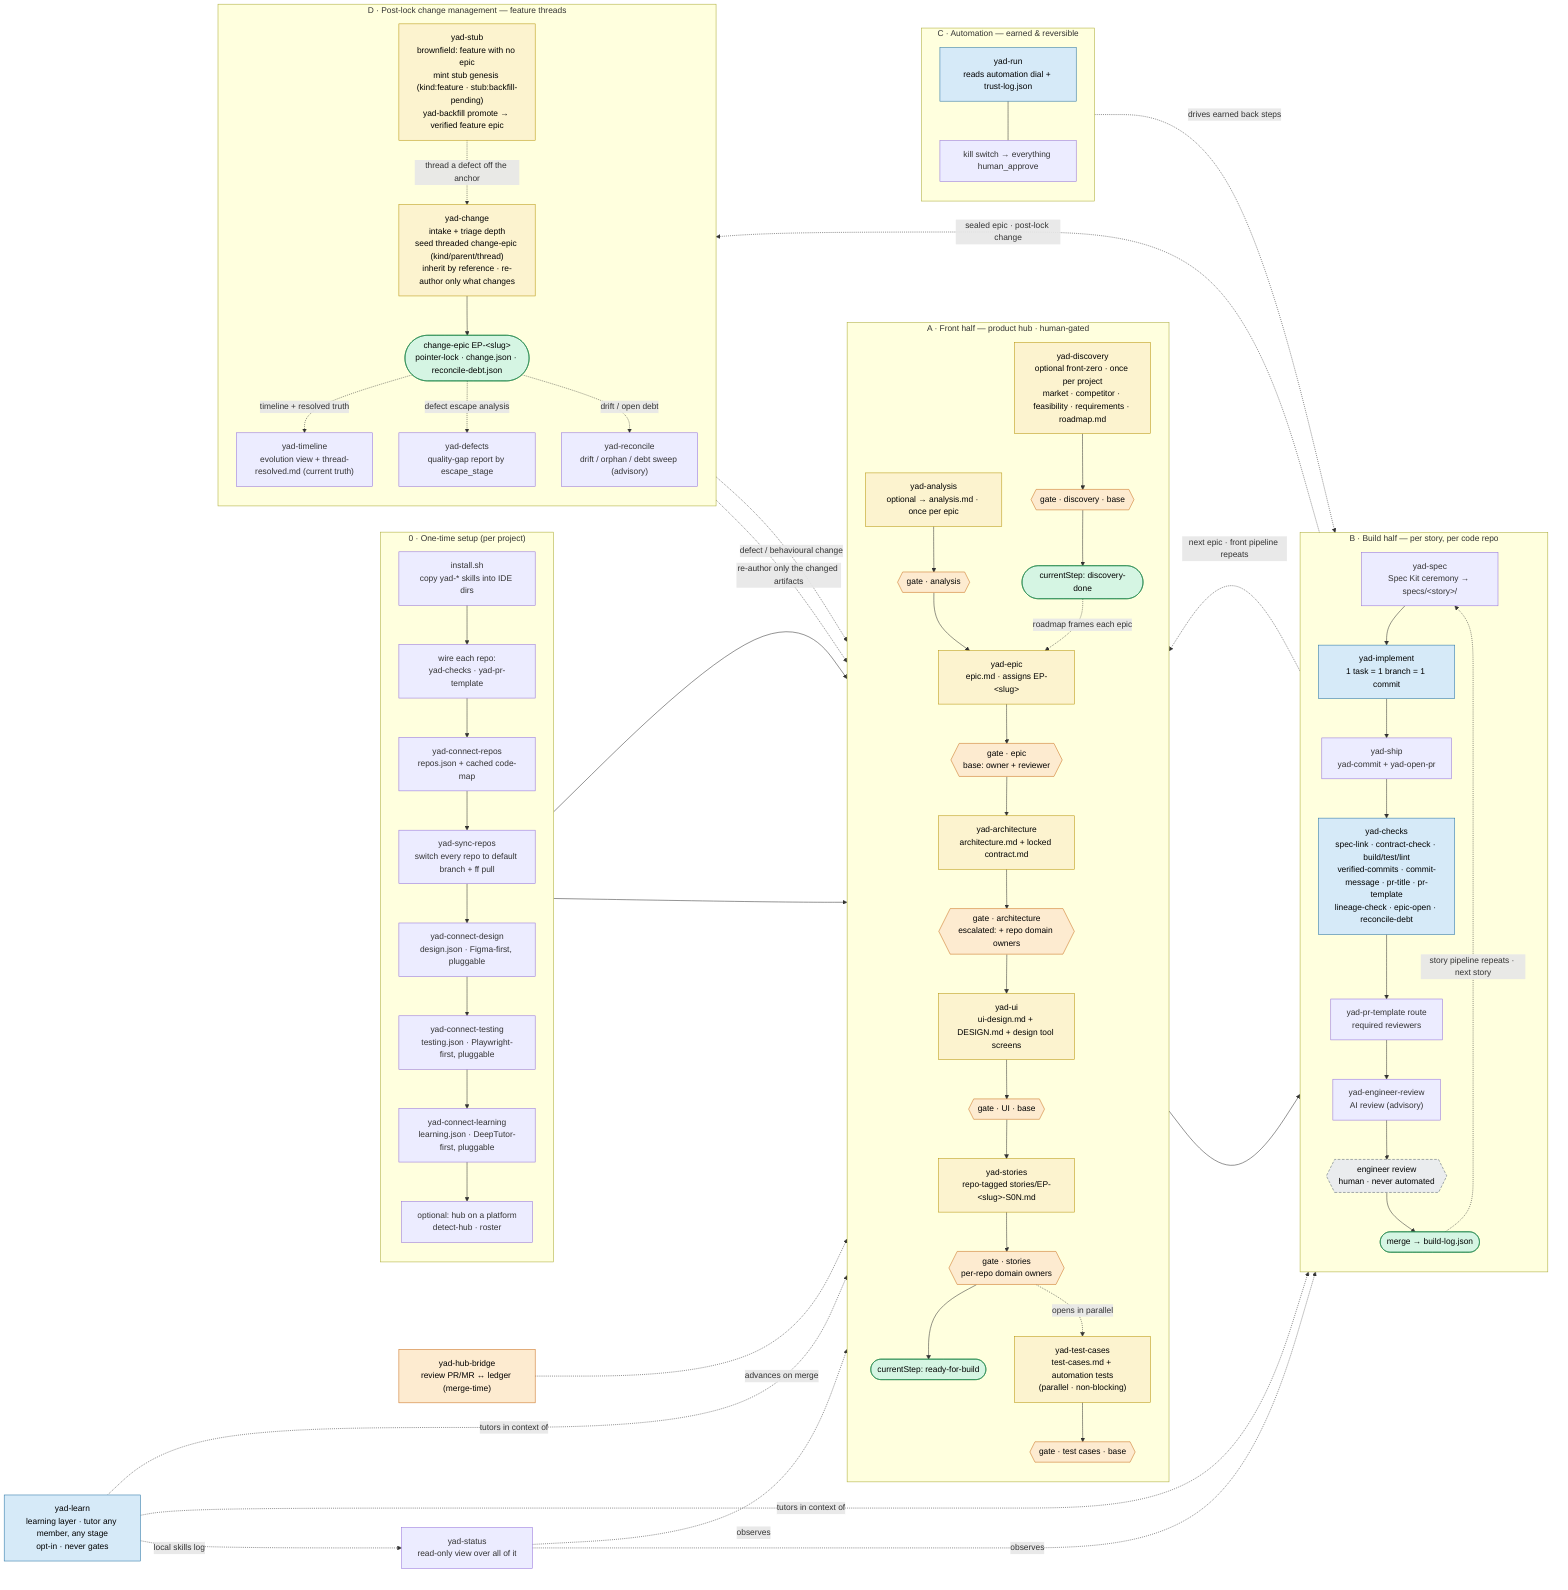
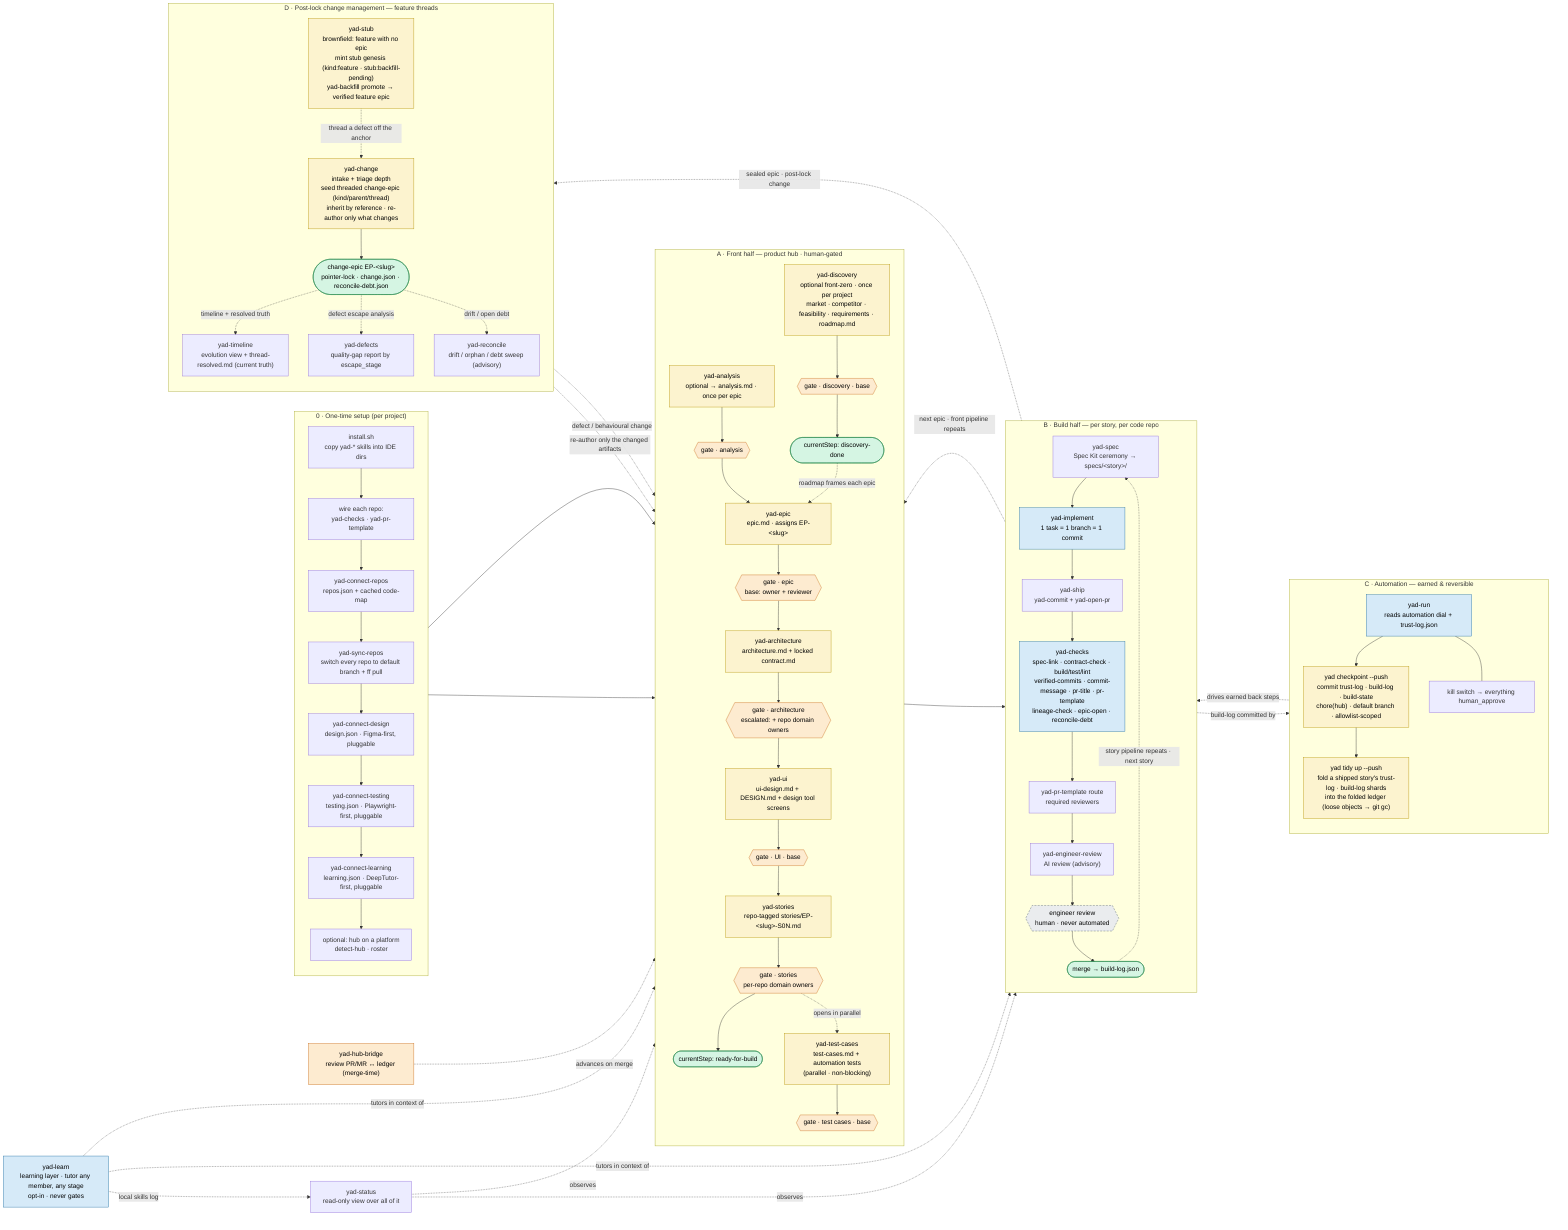
flowchart LR
    classDef gated fill:#fdebd0,stroke:#ca6f1e,color:#000
    classDef earns fill:#d6eaf8,stroke:#2471a3,color:#000
    classDef locked fill:#eaecee,stroke:#566573,color:#000,stroke-dasharray:5 3
    classDef artifact fill:#fcf3cf,stroke:#b7950b,color:#000
    classDef sentinel fill:#d5f5e3,stroke:#1e8449,color:#000

    subgraph SETUP["0 · One-time setup (per project)"]
      direction TB
      inst["install.sh<br/>copy yad-* skills into IDE dirs"]
      wire["wire each repo:<br/>yad-checks · yad-pr-template"]
      conn["yad-connect-repos<br/>repos.json + cached code-map"]
      sync["yad-sync-repos<br/>switch every repo to default branch + ff pull"]
      cdes["yad-connect-design<br/>design.json · Figma-first, pluggable"]
      ctest["yad-connect-testing<br/>testing.json · Playwright-first, pluggable"]
      clearn["yad-connect-learning<br/>learning.json · DeepTutor-first, pluggable"]
      phub["optional: hub on a platform<br/>detect-hub · roster"]
      inst --> wire --> conn --> sync --> cdes --> ctest --> clearn --> phub
    end

    subgraph FRONT["A · Front half — product hub · human-gated"]
      direction TB
      disc["yad-discovery<br/>optional front-zero · once per project<br/>market · competitor · feasibility · requirements · roadmap.md"]:::artifact
      gDisc{{"gate · discovery · base"}}:::gated
      dd(["currentStep: discovery-done"]):::sentinel
      disc --> gDisc --> dd
      an["yad-analysis<br/>optional → analysis.md · once per epic"]:::artifact
      ep["yad-epic<br/>epic.md · assigns EP-&lt;slug&gt;"]:::artifact
      ar["yad-architecture<br/>architecture.md + locked contract.md"]:::artifact
      ui["yad-ui<br/>ui-design.md + DESIGN.md + design tool screens"]:::artifact
      st["yad-stories<br/>repo-tagged stories/EP-&lt;slug&gt;-S0N.md"]:::artifact
      tc["yad-test-cases<br/>test-cases.md + automation tests<br/>(parallel · non-blocking)"]:::artifact
      gAn{{"gate · analysis"}}:::gated
      gEp{{"gate · epic<br/>base: owner + reviewer"}}:::gated
      gAr{{"gate · architecture<br/>escalated: + repo domain owners"}}:::gated
      gUi{{"gate · UI · base"}}:::gated
      gSt{{"gate · stories<br/>per-repo domain owners"}}:::gated
      gTc{{"gate · test cases · base"}}:::gated
      rfb(["currentStep: ready-for-build"]):::sentinel
      an --> gAn --> ep --> gEp --> ar --> gAr --> ui --> gUi --> st --> gSt --> rfb
      gSt -. opens in parallel .-> tc --> gTc
    end

    subgraph BUILD["B · Build half — per story, per code repo"]
      direction TB
      sp["yad-spec<br/>Spec Kit ceremony → specs/&lt;story&gt;/"]
      im["yad-implement<br/>1 task = 1 branch = 1 commit"]:::earns
      shp["yad-ship<br/>yad-commit + yad-open-pr"]
      ck["yad-checks<br/>spec-link · contract-check · build/test/lint<br/>verified-commits · commit-message · pr-title · pr-template<br/>lineage-check · epic-open · reconcile-debt"]:::earns
      prm["yad-pr-template route<br/>required reviewers"]
      air["yad-engineer-review<br/>AI review (advisory)"]
      eng{{"engineer review<br/>human · never automated"}}:::locked
      merged(["merge → build-log.json"]):::sentinel
      sp --> im --> shp --> ck --> prm --> air --> eng --> merged
    end

    subgraph AUTO["C · Automation — earned & reversible"]
      direction TB
      run["yad-run<br/>reads automation dial + trust-log.json"]:::earns
+       cpt["yad checkpoint --push<br/>commit trust-log · build-log · build-state<br/>chore(hub) · default branch · allowlist-scoped"]:::artifact
+       tdy["yad tidy up --push<br/>fold a shipped story's trust-log · build-log shards<br/>into the folded ledger (loose objects → git gc)"]:::artifact
      kill["kill switch → everything human_approve"]
+       run --> cpt --> tdy
      run --- kill
    end

    subgraph THREAD["D · Post-lock change management — feature threads"]
      direction TB
      stub["yad-stub<br/>brownfield: feature with no epic<br/>mint stub genesis (kind:feature · stub:backfill-pending)<br/>yad-backfill promote → verified feature epic"]:::artifact
      chg["yad-change<br/>intake + triage depth<br/>seed threaded change-epic (kind/parent/thread)<br/>inherit by reference · re-author only what changes"]:::artifact
      cepic(["change-epic EP-&lt;slug&gt;<br/>pointer-lock · change.json · reconcile-debt.json"]):::sentinel
      tl["yad-timeline<br/>evolution view + thread-resolved.md (current truth)"]
      df["yad-defects<br/>quality-gap report by escape_stage"]
      rec["yad-reconcile<br/>drift / orphan / debt sweep (advisory)"]
      stub -. thread a defect off the anchor .-> chg
      chg --> cepic
      cepic -. timeline + resolved truth .-> tl
      cepic -. defect escape analysis .-> df
      cepic -. drift / open debt .-> rec
    end

    phub --> disc
    phub --> an
    dd -. roadmap frames each epic .-> ep
    rfb --> sp
    merged -. story pipeline repeats · next story .-> sp
+     merged -. build-log committed by .-> cpt
    merged -. next epic · front pipeline repeats .-> ep
    merged -. sealed epic · post-lock change .-> chg
    cepic -. re-author only the changed artifacts .-> ar
    cepic -. defect / behavioural change .-> st
    run -. drives earned back steps .-> im
    bridge["yad-hub-bridge<br/>review PR/MR ↔ ledger (merge-time)"]:::gated
    bridge -. advances on merge .-> gEp
    status["yad-status<br/>read-only view over all of it"]
    status -. observes .-> FRONT
    status -. observes .-> BUILD
    learn["yad-learn<br/>learning layer · tutor any member, any stage<br/>opt-in · never gates"]:::earns
    learn -. tutors in context of .-> FRONT
    learn -. tutors in context of .-> BUILD
    learn -. local skills log .-> status
